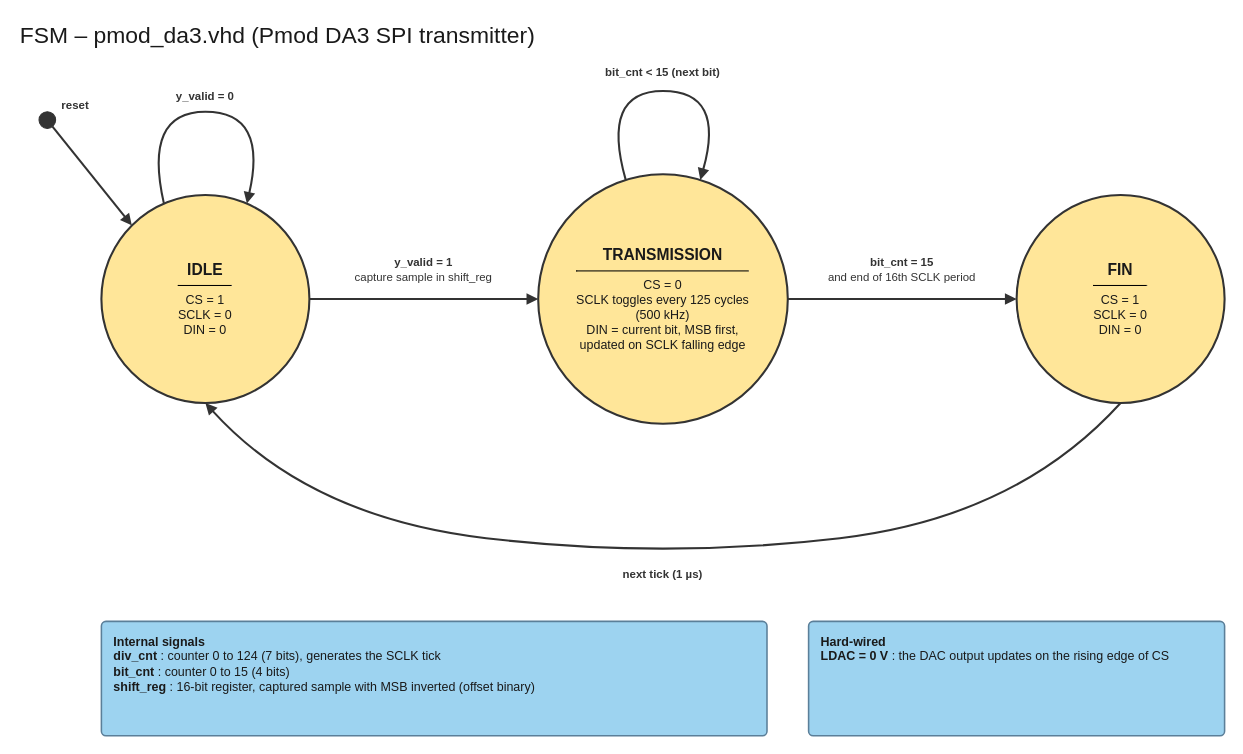
This is docs/img/FSM_spi_da3.drawio from MarcG-Digital-Design/fpga-signal-processing, a draw.io file, before an edit. Source tidied: cells renumbered, new cells numbered last; positions are measured from the earlier drawing's top-left corner, leaving out a move shared by most shapes. Both pictures are drawn from the tidied source at 104%, with x=0, y=0 at pixel (18, 18).
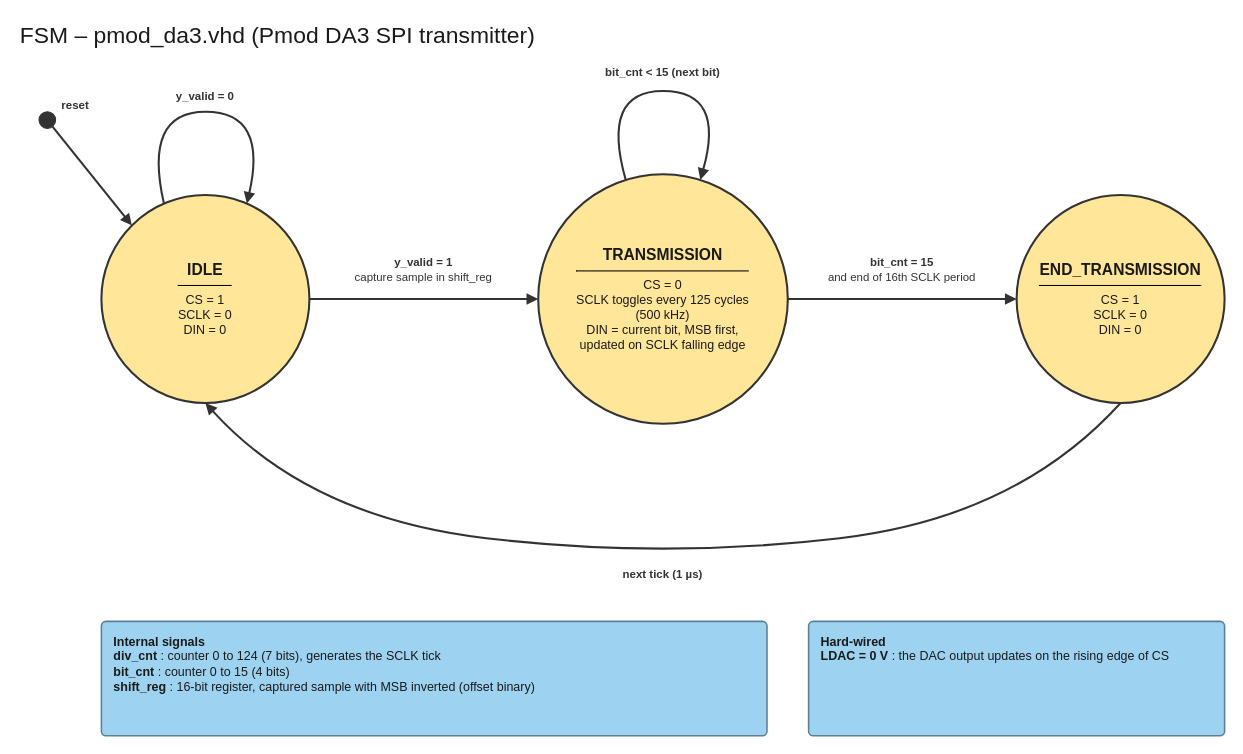
After the change.

The edit, as a diff of the source:
```diff
@@
-    <mxCell id="5" value="&lt;b style='font-size:15px'&gt;FIN&lt;/b&gt;&lt;hr size='1' style='border-color:#333333'&gt;CS = 1&lt;br&gt;SCLK = 0&lt;br&gt;DIN = 0" style="ellipse;whiteSpace=wrap;html=1;fillColor=#FFE699;strokeColor=#333333;strokeWidth=2;fontSize=12;fontColor=#1A1A1A;" parent="1" vertex="1">
+    <mxCell id="5" value="&lt;span style=&quot;font-size: 15px;&quot;&gt;&lt;b&gt;END_TRANSMISSION&lt;/b&gt;&lt;/span&gt;&lt;br&gt;&lt;hr size=&quot;1&quot; style=&quot;border-color: rgb(51, 51, 51);&quot;&gt;CS = 1&lt;br&gt;SCLK = 0&lt;br&gt;DIN = 0" style="ellipse;whiteSpace=wrap;html=1;fillColor=#FFE699;strokeColor=#333333;strokeWidth=2;fontSize=12;fontColor=#1A1A1A;" parent="1" vertex="1">
       <mxGeometry x="960" y="170" width="200" height="200" as="geometry" />
     </mxCell>
```
